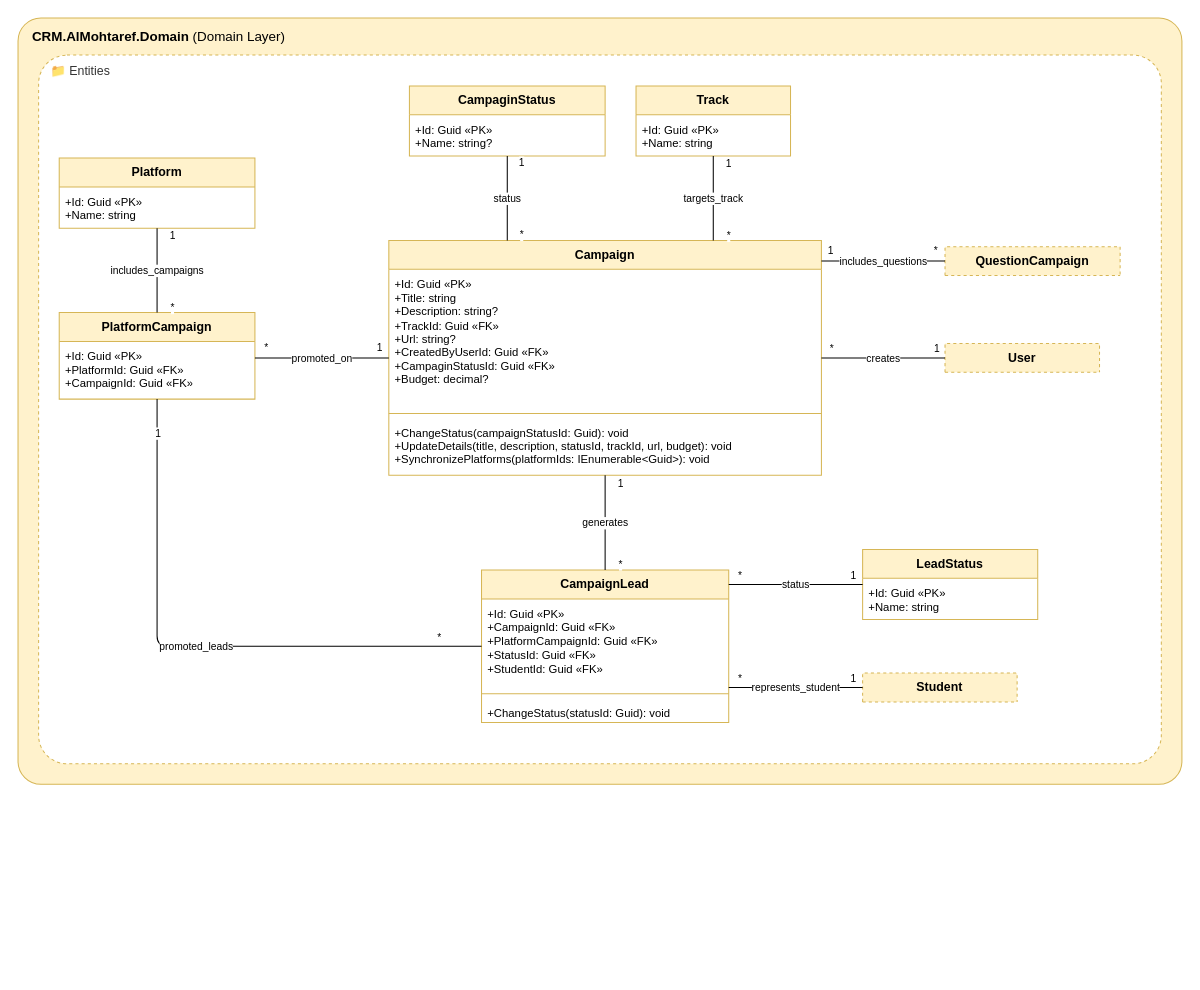
QF-MJ/crm-al-mohtaref keeps this draw.io diagram as page "04 Campaigns" (4 of 5) of docs/design/classes/domain.drawio. Above is the earlier version. Source tidied: cells renumbered, new cells numbered last; positions are measured from the earlier drawing's top-left corner, leaving out a move shared by most shapes. Both pictures are drawn from the tidied source at 103%, with x=0, y=0 at pixel (18, 18).
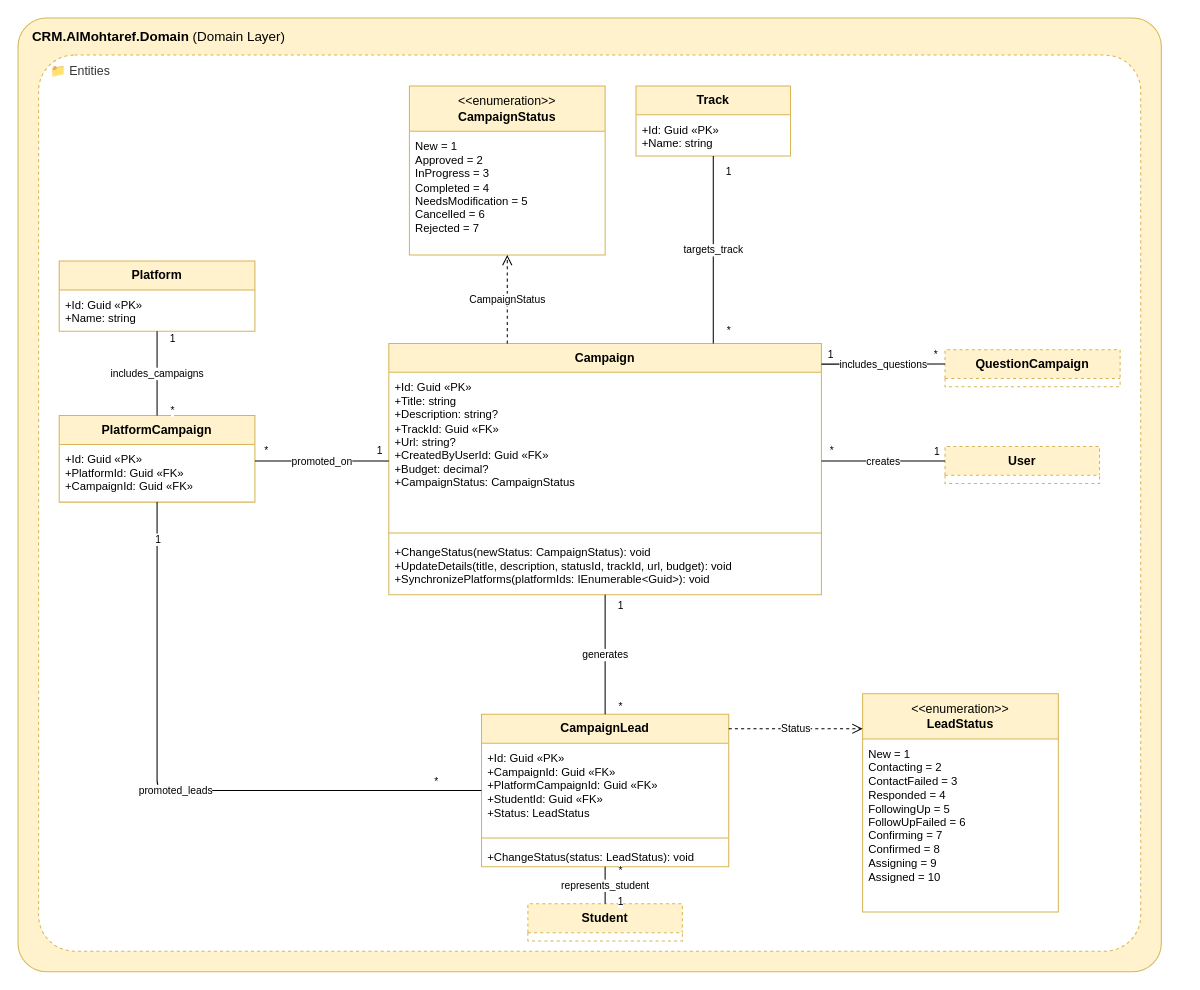
The same page after the edit.

What changed in the source:
```diff
@@
     <mxCell id="2" value="&lt;b&gt;CRM.AlMohtaref.Domain&lt;/b&gt; (Domain Layer)" style="rounded=1;whiteSpace=wrap;html=1;verticalAlign=top;align=left;spacingLeft=12;spacingTop=4;arcSize=3;fillColor=#fff2cc;strokeColor=#d6b656;fontSize=13;" parent="1" vertex="1">
-      <mxGeometry width="1130" height="744" as="geometry" />
+      <mxGeometry width="1110" height="926" as="geometry" />
     </mxCell>
     <mxCell id="3" value="&amp;#128193; Entities" style="rounded=1;whiteSpace=wrap;html=1;verticalAlign=top;align=left;spacingLeft=10;spacingTop=2;arcSize=4;fillColor=#FFFFFF;strokeColor=#d6b656;dashed=1;fontSize=12;fontColor=#333333;" parent="2" vertex="1">
-      <mxGeometry x="20" y="36" width="1090" height="688" as="geometry" />
+      <mxGeometry x="20" y="36" width="1070" height="870" as="geometry" />
     </mxCell>
-    <mxCell id="4" value="&lt;b&gt;CampaginStatus&lt;/b&gt;" style="swimlane;fontStyle=0;align=center;verticalAlign=middle;horizontal=1;startSize=28;html=1;whiteSpace=wrap;fontSize=12;fillColor=#fff2cc;strokeColor=#d6b656;swimlaneFillColor=#FFFFFF;" parent="3" vertex="1">
-      <mxGeometry x="360" y="30" width="190" height="68" as="geometry" />
-    </mxCell>
-    <mxCell id="5" value="+Id: Guid «PK»&lt;br&gt;+Name: string?" style="text;strokeColor=none;fillColor=none;align=left;verticalAlign=top;spacingLeft=4;spacingRight=4;spacingTop=2;overflow=hidden;whiteSpace=wrap;html=1;fontSize=11;" parent="4" vertex="1">
-      <mxGeometry y="28" width="190" height="40" as="geometry" />
-    </mxCell>
+    <mxCell id="55" value="&amp;lt;&amp;lt;enumeration&amp;gt;&amp;gt;&lt;br&gt;&lt;b&gt;CampaignStatus&lt;/b&gt;" style="swimlane;fontStyle=0;align=center;verticalAlign=middle;horizontal=1;startSize=44;html=1;whiteSpace=wrap;fontSize=12;fillColor=#fff2cc;strokeColor=#d6b656;swimlaneFillColor=#FFFFFF;" parent="3" vertex="1">
+      <mxGeometry x="360" y="30" width="190" height="164" as="geometry" />
+    </mxCell>
+    <mxCell id="56" value="New = 1&lt;br&gt;Approved = 2&lt;br&gt;InProgress = 3&lt;br&gt;Completed = 4&lt;br&gt;NeedsModification = 5&lt;br&gt;Cancelled = 6&lt;br&gt;Rejected = 7" style="text;strokeColor=none;fillColor=none;align=left;verticalAlign=top;spacingLeft=4;spacingRight=4;spacingTop=2;overflow=hidden;whiteSpace=wrap;html=1;fontSize=11;" parent="55" vertex="1">
+      <mxGeometry y="44" width="190" height="120" as="geometry" />
+    </mxCell>
@@
     <mxCell id="8" value="&lt;b&gt;Platform&lt;/b&gt;" style="swimlane;fontStyle=0;align=center;verticalAlign=middle;horizontal=1;startSize=28;html=1;whiteSpace=wrap;fontSize=12;fillColor=#fff2cc;strokeColor=#d6b656;swimlaneFillColor=#FFFFFF;" parent="3" vertex="1">
-      <mxGeometry x="20" y="100" width="190" height="68" as="geometry" />
+      <mxGeometry x="20" y="200" width="190" height="68" as="geometry" />
     </mxCell>
@@
     <mxCell id="10" value="&lt;b&gt;PlatformCampaign&lt;/b&gt;" style="swimlane;fontStyle=0;align=center;verticalAlign=middle;horizontal=1;startSize=28;html=1;whiteSpace=wrap;fontSize=12;fillColor=#fff2cc;strokeColor=#d6b656;swimlaneFillColor=#FFFFFF;" parent="3" vertex="1">
-      <mxGeometry x="20" y="250" width="190" height="84" as="geometry" />
+      <mxGeometry x="20" y="350" width="190" height="84" as="geometry" />
     </mxCell>
@@
     <mxCell id="12" value="&lt;b&gt;Campaign&lt;/b&gt;" style="swimlane;fontStyle=0;align=center;verticalAlign=middle;horizontal=1;startSize=28;html=1;whiteSpace=wrap;fontSize=12;fillColor=#fff2cc;strokeColor=#d6b656;swimlaneFillColor=#FFFFFF;" parent="3" vertex="1">
-      <mxGeometry x="340" y="180" width="420" height="228" as="geometry" />
+      <mxGeometry x="340" y="280" width="420" height="244" as="geometry" />
     </mxCell>
-    <mxCell id="13" value="+Id: Guid «PK»&lt;br&gt;+Title: string&lt;br&gt;+Description: string?&lt;br&gt;+TrackId: Guid «FK»&lt;br&gt;+Url: string?&lt;br&gt;+CreatedByUserId: Guid «FK»&lt;br&gt;+CampaginStatusId: Guid «FK»&lt;br&gt;+Budget: decimal?" style="text;strokeColor=none;fillColor=none;align=left;verticalAlign=top;spacingLeft=4;spacingRight=4;spacingTop=2;overflow=hidden;whiteSpace=wrap;html=1;fontSize=11;" parent="12" vertex="1">
-      <mxGeometry y="28" width="420" height="136" as="geometry" />
+    <mxCell id="13" value="+Id: Guid «PK»&lt;br&gt;+Title: string&lt;br&gt;+Description: string?&lt;br&gt;+TrackId: Guid «FK»&lt;br&gt;+Url: string?&lt;br&gt;+CreatedByUserId: Guid «FK»&lt;br&gt;+Budget: decimal?&lt;br&gt;+CampaignStatus: CampaignStatus" style="text;strokeColor=none;fillColor=none;align=left;verticalAlign=top;spacingLeft=4;spacingRight=4;spacingTop=2;overflow=hidden;whiteSpace=wrap;html=1;fontSize=11;" parent="12" vertex="1">
+      <mxGeometry y="28" width="420" height="152" as="geometry" />
     </mxCell>
     <mxCell id="14" style="line;strokeWidth=1;fillColor=none;align=left;verticalAlign=middle;spacingTop=-1;spacingLeft=3;spacingRight=3;labelPosition=right;strokeColor=inherit;" parent="12" vertex="1">
-      <mxGeometry y="164" width="420" height="8" as="geometry" />
+      <mxGeometry y="180" width="420" height="8" as="geometry" />
     </mxCell>
-    <mxCell id="15" value="+ChangeStatus(campaignStatusId: Guid): void&lt;br&gt;+UpdateDetails(title, description, statusId, trackId, url, budget): void&lt;br&gt;+SynchronizePlatforms(platformIds: IEnumerable&amp;lt;Guid&amp;gt;): void" style="text;strokeColor=none;fillColor=none;align=left;verticalAlign=top;spacingLeft=4;spacingRight=4;spacingTop=2;overflow=hidden;whiteSpace=wrap;html=1;fontSize=11;" parent="12" vertex="1">
-      <mxGeometry y="172" width="420" height="56" as="geometry" />
+    <mxCell id="15" value="+ChangeStatus(newStatus: CampaignStatus): void&lt;br&gt;+UpdateDetails(title, description, statusId, trackId, url, budget): void&lt;br&gt;+SynchronizePlatforms(platformIds: IEnumerable&amp;lt;Guid&amp;gt;): void" style="text;strokeColor=none;fillColor=none;align=left;verticalAlign=top;spacingLeft=4;spacingRight=4;spacingTop=2;overflow=hidden;whiteSpace=wrap;html=1;fontSize=11;" parent="12" vertex="1">
+      <mxGeometry y="188" width="420" height="56" as="geometry" />
     </mxCell>
     <mxCell id="16" value="&lt;b&gt;User&lt;/b&gt;" style="swimlane;fontStyle=0;align=center;verticalAlign=middle;horizontal=1;startSize=28;html=1;whiteSpace=wrap;fontSize=12;fillColor=#fff2cc;strokeColor=#d6b656;swimlaneFillColor=#FFFFFF;dashed=1;" parent="3" vertex="1">
-      <mxGeometry x="880" y="280" width="150" height="28" as="geometry" />
+      <mxGeometry x="880" y="380" width="150" height="36" as="geometry" />
     </mxCell>
+    <mxCell id="57" style="text;strokeColor=none;fillColor=none;align=left;verticalAlign=top;spacingLeft=4;spacingRight=4;spacingTop=2;overflow=hidden;whiteSpace=wrap;html=1;fontSize=11;" parent="16" vertex="1">
+      <mxGeometry y="28" width="150" height="8" as="geometry" />
+    </mxCell>
     <mxCell id="17" value="&lt;b&gt;QuestionCampaign&lt;/b&gt;" style="swimlane;fontStyle=0;align=center;verticalAlign=middle;horizontal=1;startSize=28;html=1;whiteSpace=wrap;fontSize=12;fillColor=#fff2cc;strokeColor=#d6b656;swimlaneFillColor=#FFFFFF;dashed=1;" parent="3" vertex="1">
-      <mxGeometry x="880" y="186" width="170" height="28" as="geometry" />
+      <mxGeometry x="880" y="286" width="170" height="36" as="geometry" />
     </mxCell>
+    <mxCell id="58" style="text;strokeColor=none;fillColor=none;align=left;verticalAlign=top;spacingLeft=4;spacingRight=4;spacingTop=2;overflow=hidden;whiteSpace=wrap;html=1;fontSize=11;" parent="17" vertex="1">
+      <mxGeometry y="28" width="170" height="8" as="geometry" />
+    </mxCell>
     <mxCell id="18" value="&lt;b&gt;CampaignLead&lt;/b&gt;" style="swimlane;fontStyle=0;align=center;verticalAlign=middle;horizontal=1;startSize=28;html=1;whiteSpace=wrap;fontSize=12;fillColor=#fff2cc;strokeColor=#d6b656;swimlaneFillColor=#FFFFFF;" parent="3" vertex="1">
-      <mxGeometry x="430" y="500" width="240" height="148" as="geometry" />
+      <mxGeometry x="430" y="640" width="240" height="148" as="geometry" />
     </mxCell>
-    <mxCell id="19" value="+Id: Guid «PK»&lt;br&gt;+CampaignId: Guid «FK»&lt;br&gt;+PlatformCampaignId: Guid «FK»&lt;br&gt;+StatusId: Guid «FK»&lt;br&gt;+StudentId: Guid «FK»" style="text;strokeColor=none;fillColor=none;align=left;verticalAlign=top;spacingLeft=4;spacingRight=4;spacingTop=2;overflow=hidden;whiteSpace=wrap;html=1;fontSize=11;" parent="18" vertex="1">
+    <mxCell id="19" value="+Id: Guid «PK»&lt;br&gt;+CampaignId: Guid «FK»&lt;br&gt;+PlatformCampaignId: Guid «FK»&lt;br&gt;+StudentId: Guid «FK»&lt;br&gt;+Status: LeadStatus" style="text;strokeColor=none;fillColor=none;align=left;verticalAlign=top;spacingLeft=4;spacingRight=4;spacingTop=2;overflow=hidden;whiteSpace=wrap;html=1;fontSize=11;" parent="18" vertex="1">
       <mxGeometry y="28" width="240" height="88" as="geometry" />
     </mxCell>
@@
-    <mxCell id="21" value="+ChangeStatus(statusId: Guid): void" style="text;strokeColor=none;fillColor=none;align=left;verticalAlign=top;spacingLeft=4;spacingRight=4;spacingTop=2;overflow=hidden;whiteSpace=wrap;html=1;fontSize=11;" parent="18" vertex="1">
+    <mxCell id="21" value="+ChangeStatus(status: LeadStatus): void" style="text;strokeColor=none;fillColor=none;align=left;verticalAlign=top;spacingLeft=4;spacingRight=4;spacingTop=2;overflow=hidden;whiteSpace=wrap;html=1;fontSize=11;" parent="18" vertex="1">
       <mxGeometry y="124" width="240" height="24" as="geometry" />
     </mxCell>
-    <mxCell id="22" value="&lt;b&gt;LeadStatus&lt;/b&gt;" style="swimlane;fontStyle=0;align=center;verticalAlign=middle;horizontal=1;startSize=28;html=1;whiteSpace=wrap;fontSize=12;fillColor=#fff2cc;strokeColor=#d6b656;swimlaneFillColor=#FFFFFF;" parent="3" vertex="1">
-      <mxGeometry x="800" y="480" width="170" height="68" as="geometry" />
+    <mxCell id="22" value="&amp;lt;&amp;lt;enumeration&amp;gt;&amp;gt;&lt;br&gt;&lt;b&gt;LeadStatus&lt;/b&gt;" style="swimlane;fontStyle=0;align=center;verticalAlign=middle;horizontal=1;startSize=44;html=1;whiteSpace=wrap;fontSize=12;fillColor=#fff2cc;strokeColor=#d6b656;swimlaneFillColor=#FFFFFF;" parent="3" vertex="1">
+      <mxGeometry x="800" y="620" width="190" height="212" as="geometry" />
     </mxCell>
-    <mxCell id="23" value="+Id: Guid «PK»&lt;br&gt;+Name: string" style="text;strokeColor=none;fillColor=none;align=left;verticalAlign=top;spacingLeft=4;spacingRight=4;spacingTop=2;overflow=hidden;whiteSpace=wrap;html=1;fontSize=11;" parent="22" vertex="1">
-      <mxGeometry y="28" width="170" height="40" as="geometry" />
+    <mxCell id="23" value="New = 1&lt;br&gt;Contacting = 2&lt;br&gt;ContactFailed = 3&lt;br&gt;Responded = 4&lt;br&gt;FollowingUp = 5&lt;br&gt;FollowUpFailed = 6&lt;br&gt;Confirming = 7&lt;br&gt;Confirmed = 8&lt;br&gt;Assigning = 9&lt;br&gt;Assigned = 10" style="text;strokeColor=none;fillColor=none;align=left;verticalAlign=top;spacingLeft=4;spacingRight=4;spacingTop=2;overflow=hidden;whiteSpace=wrap;html=1;fontSize=11;" parent="22" vertex="1">
+      <mxGeometry y="44" width="190" height="168" as="geometry" />
     </mxCell>
     <mxCell id="24" value="&lt;b&gt;Student&lt;/b&gt;" style="swimlane;fontStyle=0;align=center;verticalAlign=middle;horizontal=1;startSize=28;html=1;whiteSpace=wrap;fontSize=12;fillColor=#fff2cc;strokeColor=#d6b656;swimlaneFillColor=#FFFFFF;dashed=1;" parent="3" vertex="1">
-      <mxGeometry x="800" y="600" width="150" height="28" as="geometry" />
+      <mxGeometry x="475" y="824" width="150" height="36" as="geometry" />
     </mxCell>
+    <mxCell id="59" style="text;strokeColor=none;fillColor=none;align=left;verticalAlign=top;spacingLeft=4;spacingRight=4;spacingTop=2;overflow=hidden;whiteSpace=wrap;html=1;fontSize=11;" parent="24" vertex="1">
+      <mxGeometry y="28" width="150" height="8" as="geometry" />
+    </mxCell>
-    <mxCell id="25" value="status" style="endArrow=none;html=1;edgeStyle=orthogonalEdgeStyle;rounded=1;fontSize=10;labelBackgroundColor=#FFFFFF;exitX=0.5000;exitY=1.0000;exitDx=0;exitDy=0;entryX=0.2738;entryY=0.0000;entryDx=0;entryDy=0;" parent="1" edge="1" source="4" target="12">
+    <mxCell id="25" value="CampaignStatus" style="endArrow=open;endSize=8;dashed=1;html=1;edgeStyle=orthogonalEdgeStyle;rounded=1;fontSize=10;labelBackgroundColor=#FFFFFF;exitX=0.2738;exitY=0.0000;exitDx=0;exitDy=0;entryX=0.5000;entryY=1.0000;entryDx=0;entryDy=0;" parent="1" edge="1" source="12" target="55">
       <mxGeometry relative="1" as="geometry" />
     </mxCell>
-    <mxCell id="26" value="1" style="edgeLabel;html=1;align=center;verticalAlign=middle;fontSize=10;labelBackgroundColor=#FFFFFF;" parent="25" vertex="1">
-      <mxGeometry x="-0.85" relative="1" as="geometry">
-        <mxPoint x="14" as="offset" />
-      </mxGeometry>
-    </mxCell>
-    <mxCell id="27" value="*" style="edgeLabel;html=1;align=center;verticalAlign=middle;fontSize=10;labelBackgroundColor=#FFFFFF;" parent="25" vertex="1">
-      <mxGeometry x="0.85" relative="1" as="geometry">
-        <mxPoint x="14" as="offset" />
-      </mxGeometry>
-    </mxCell>
@@
-    <mxCell id="31" value="creates" style="endArrow=none;html=1;edgeStyle=orthogonalEdgeStyle;rounded=1;fontSize=10;labelBackgroundColor=#FFFFFF;exitX=0.0000;exitY=0.5000;exitDx=0;exitDy=0;entryX=1.0000;entryY=0.5000;entryDx=0;entryDy=0;" parent="1" edge="1" source="16" target="12">
+    <mxCell id="31" value="creates" style="endArrow=none;html=1;edgeStyle=orthogonalEdgeStyle;rounded=1;fontSize=10;labelBackgroundColor=#FFFFFF;exitX=0.0000;exitY=0.3889;exitDx=0;exitDy=0;entryX=1.0000;entryY=0.4672;entryDx=0;entryDy=0;" parent="1" edge="1" source="16" target="12">
       <mxGeometry relative="1" as="geometry" />
     </mxCell>
@@
-    <mxCell id="34" value="includes_questions" style="endArrow=none;html=1;edgeStyle=orthogonalEdgeStyle;rounded=1;fontSize=10;labelBackgroundColor=#FFFFFF;exitX=1.0000;exitY=0.0877;exitDx=0;exitDy=0;entryX=0.0000;entryY=0.5000;entryDx=0;entryDy=0;" parent="1" edge="1" source="12" target="17">
+    <mxCell id="34" value="includes_questions" style="endArrow=none;html=1;edgeStyle=orthogonalEdgeStyle;rounded=1;fontSize=10;labelBackgroundColor=#FFFFFF;exitX=1.0000;exitY=0.0820;exitDx=0;exitDy=0;entryX=0.0000;entryY=0.3889;entryDx=0;entryDy=0;" parent="1" edge="1" source="12" target="17">
       <mxGeometry relative="1" as="geometry" />
     </mxCell>
@@
-    <mxCell id="37" value="promoted_on" style="endArrow=none;html=1;edgeStyle=orthogonalEdgeStyle;rounded=1;fontSize=10;labelBackgroundColor=#FFFFFF;exitX=0.0000;exitY=0.5000;exitDx=0;exitDy=0;entryX=1.0000;entryY=0.5238;entryDx=0;entryDy=0;" parent="1" edge="1" source="12" target="10">
+    <mxCell id="37" value="promoted_on" style="endArrow=none;html=1;edgeStyle=orthogonalEdgeStyle;rounded=1;fontSize=10;labelBackgroundColor=#FFFFFF;exitX=0.0000;exitY=0.4672;exitDx=0;exitDy=0;entryX=1.0000;entryY=0.5238;entryDx=0;entryDy=0;" parent="1" edge="1" source="12" target="10">
       <mxGeometry relative="1" as="geometry" />
     </mxCell>
@@
-    <mxCell id="49" value="status" style="endArrow=none;html=1;edgeStyle=orthogonalEdgeStyle;rounded=1;fontSize=10;labelBackgroundColor=#FFFFFF;exitX=0.0000;exitY=0.5000;exitDx=0;exitDy=0;entryX=1.0000;entryY=0.0946;entryDx=0;entryDy=0;" parent="1" edge="1" source="22" target="18">
+    <mxCell id="49" value="Status" style="endArrow=open;endSize=8;dashed=1;html=1;edgeStyle=orthogonalEdgeStyle;rounded=1;fontSize=10;labelBackgroundColor=#FFFFFF;exitX=1.0000;exitY=0.0946;exitDx=0;exitDy=0;entryX=0.0000;entryY=0.1604;entryDx=0;entryDy=0;" parent="1" edge="1" source="18" target="22">
       <mxGeometry relative="1" as="geometry" />
     </mxCell>
-    <mxCell id="50" value="1" style="edgeLabel;html=1;align=center;verticalAlign=middle;fontSize=10;labelBackgroundColor=#FFFFFF;" parent="49" vertex="1">
-      <mxGeometry x="-0.85" relative="1" as="geometry">
-        <mxPoint y="-10" as="offset" />
-      </mxGeometry>
-    </mxCell>
-    <mxCell id="51" value="*" style="edgeLabel;html=1;align=center;verticalAlign=middle;fontSize=10;labelBackgroundColor=#FFFFFF;" parent="49" vertex="1">
-      <mxGeometry x="0.85" relative="1" as="geometry">
-        <mxPoint y="-10" as="offset" />
-      </mxGeometry>
-    </mxCell>
-    <mxCell id="52" value="represents_student" style="endArrow=none;html=1;edgeStyle=orthogonalEdgeStyle;rounded=1;fontSize=10;labelBackgroundColor=#FFFFFF;exitX=0.0000;exitY=0.5000;exitDx=0;exitDy=0;entryX=1.0000;entryY=0.7703;entryDx=0;entryDy=0;" parent="1" edge="1" source="24" target="18">
+    <mxCell id="52" value="represents_student" style="endArrow=none;html=1;edgeStyle=orthogonalEdgeStyle;rounded=1;fontSize=10;labelBackgroundColor=#FFFFFF;exitX=0.5000;exitY=0.0000;exitDx=0;exitDy=0;entryX=0.5000;entryY=1.0000;entryDx=0;entryDy=0;" parent="1" edge="1" source="24" target="18">
       <mxGeometry relative="1" as="geometry" />
     </mxCell>
     <mxCell id="53" value="1" style="edgeLabel;html=1;align=center;verticalAlign=middle;fontSize=10;labelBackgroundColor=#FFFFFF;" parent="52" vertex="1">
       <mxGeometry x="-0.85" relative="1" as="geometry">
-        <mxPoint y="-10" as="offset" />
+        <mxPoint x="14" as="offset" />
       </mxGeometry>
     </mxCell>
     <mxCell id="54" value="*" style="edgeLabel;html=1;align=center;verticalAlign=middle;fontSize=10;labelBackgroundColor=#FFFFFF;" parent="52" vertex="1">
       <mxGeometry x="0.85" relative="1" as="geometry">
-        <mxPoint y="-10" as="offset" />
+        <mxPoint x="14" as="offset" />
       </mxGeometry>
     </mxCell>
```
